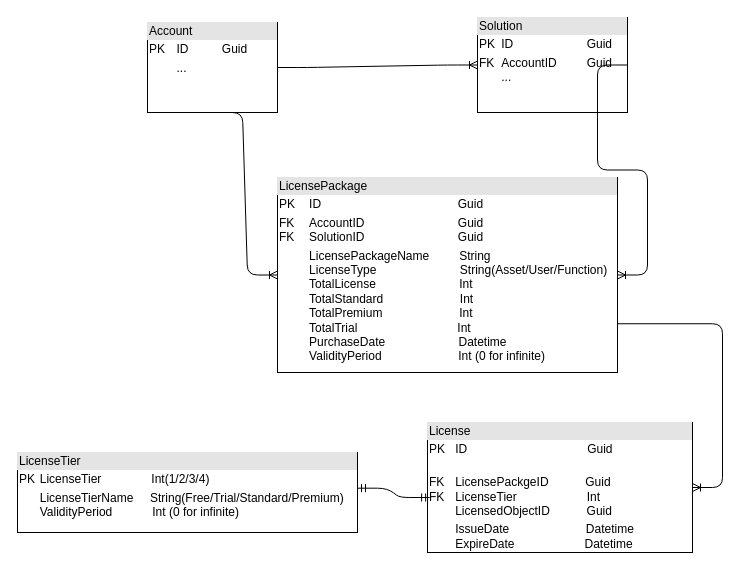
This is page "Physical Data Model" (1 of 3) of SFx License Management Tech Design.drawio from xiaowei90113/Design, a draw.io file, before an edit. Source tidied: cells renumbered, new cells numbered last; positions are measured from the earlier drawing's top-left corner, leaving out a move shared by most shapes. Both pictures are drawn from the tidied source at 100%, with x=0, y=0 at pixel (17, 17).
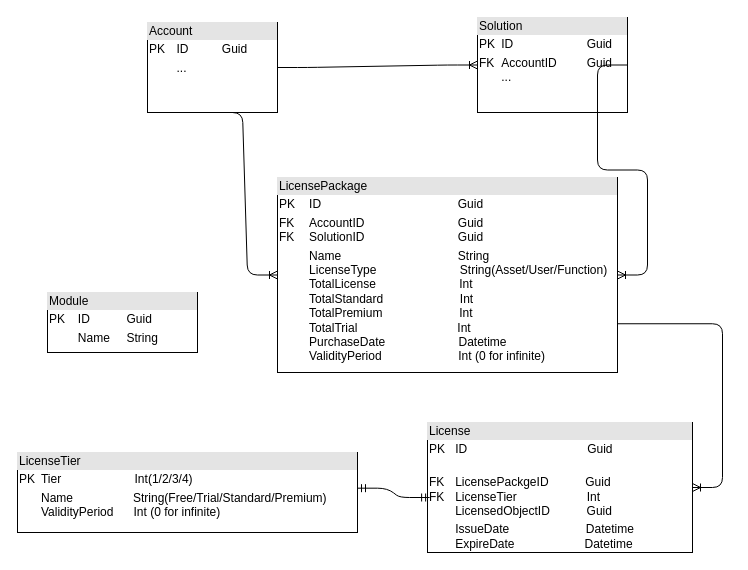
The same diagram, later.

What changed in the source:
```diff
@@
 <mxGraphModel>
   <root>
     <mxCell id="0" />
     <mxCell id="1" parent="0" />
-    <mxCell id="2" value="&lt;div style=&quot;box-sizing: border-box ; width: 100% ; background: #e4e4e4 ; padding: 2px&quot;&gt;LicensePackage&lt;br&gt;&lt;/div&gt;&lt;table style=&quot;width: 100% ; font-size: 1em&quot; cellpadding=&quot;2&quot; cellspacing=&quot;0&quot;&gt;&lt;tbody&gt;&lt;tr&gt;&lt;td&gt;PK&lt;/td&gt;&lt;td&gt;ID&amp;nbsp; &amp;nbsp; &amp;nbsp; &amp;nbsp; &amp;nbsp; &amp;nbsp; &amp;nbsp; &amp;nbsp; &amp;nbsp; &amp;nbsp; &amp;nbsp; &amp;nbsp; &amp;nbsp; &amp;nbsp; &amp;nbsp; &amp;nbsp; &amp;nbsp; &amp;nbsp; &amp;nbsp; &amp;nbsp; &amp;nbsp;Guid&lt;br&gt;&lt;/td&gt;&lt;/tr&gt;&lt;tr&gt;&lt;td&gt;FK&amp;nbsp; &amp;nbsp;&lt;br&gt;FK&lt;br&gt;&lt;/td&gt;&lt;td&gt;AccountID&amp;nbsp; &amp;nbsp; &amp;nbsp; &amp;nbsp; &amp;nbsp; &amp;nbsp; &amp;nbsp; &amp;nbsp; &amp;nbsp; &amp;nbsp; &amp;nbsp; &amp;nbsp; &amp;nbsp; &amp;nbsp; Guid&lt;br&gt;SolutionID&amp;nbsp; &amp;nbsp; &amp;nbsp; &amp;nbsp; &amp;nbsp; &amp;nbsp; &amp;nbsp; &amp;nbsp; &amp;nbsp; &amp;nbsp; &amp;nbsp; &amp;nbsp; &amp;nbsp; &amp;nbsp; Guid&lt;br&gt;&lt;/td&gt;&lt;/tr&gt;&lt;tr&gt;&lt;td&gt;&lt;/td&gt;&lt;td&gt;LicensePackageName&amp;nbsp; &amp;nbsp; &amp;nbsp; &amp;nbsp; &amp;nbsp;String&lt;br&gt;LicenseType&amp;nbsp; &amp;nbsp; &amp;nbsp; &amp;nbsp; &amp;nbsp; &amp;nbsp; &amp;nbsp; &amp;nbsp; &amp;nbsp; &amp;nbsp; &amp;nbsp; &amp;nbsp; &amp;nbsp;String(Asset/User/Function)&lt;br&gt;TotalLicense&amp;nbsp; &amp;nbsp; &amp;nbsp; &amp;nbsp; &amp;nbsp; &amp;nbsp; &amp;nbsp; &amp;nbsp; &amp;nbsp; &amp;nbsp; &amp;nbsp; &amp;nbsp; &amp;nbsp;Int&lt;br&gt;TotalStandard&amp;nbsp; &amp;nbsp; &amp;nbsp; &amp;nbsp; &amp;nbsp; &amp;nbsp; &amp;nbsp; &amp;nbsp; &amp;nbsp; &amp;nbsp; &amp;nbsp; &amp;nbsp;Int&lt;br&gt;TotalPremium&amp;nbsp; &amp;nbsp; &amp;nbsp; &amp;nbsp; &amp;nbsp; &amp;nbsp; &amp;nbsp; &amp;nbsp; &amp;nbsp; &amp;nbsp; &amp;nbsp; &amp;nbsp;Int&lt;br&gt;TotalTrial&amp;nbsp; &amp;nbsp; &amp;nbsp; &amp;nbsp; &amp;nbsp; &amp;nbsp; &amp;nbsp; &amp;nbsp; &amp;nbsp; &amp;nbsp; &amp;nbsp; &amp;nbsp; &amp;nbsp; &amp;nbsp; &amp;nbsp; Int&lt;br&gt;PurchaseDate&amp;nbsp; &amp;nbsp; &amp;nbsp; &amp;nbsp; &amp;nbsp; &amp;nbsp; &amp;nbsp; &amp;nbsp; &amp;nbsp; &amp;nbsp; &amp;nbsp; Datetime&lt;br&gt;ValidityPeriod&amp;nbsp; &amp;nbsp; &amp;nbsp; &amp;nbsp; &amp;nbsp; &amp;nbsp; &amp;nbsp; &amp;nbsp; &amp;nbsp; &amp;nbsp; &amp;nbsp; &amp;nbsp;Int (0 for infinite)&lt;br&gt;&lt;br&gt;&lt;br&gt;&lt;br&gt;&lt;br&gt;&lt;/td&gt;&lt;/tr&gt;&lt;/tbody&gt;&lt;/table&gt;" style="verticalAlign=top;align=left;overflow=fill;html=1;" parent="1" vertex="1">
+    <mxCell id="2" value="&lt;div style=&quot;box-sizing: border-box ; width: 100% ; background: #e4e4e4 ; padding: 2px&quot;&gt;LicensePackage&lt;br&gt;&lt;/div&gt;&lt;table style=&quot;width: 100% ; font-size: 1em&quot; cellpadding=&quot;2&quot; cellspacing=&quot;0&quot;&gt;&lt;tbody&gt;&lt;tr&gt;&lt;td&gt;PK&lt;/td&gt;&lt;td&gt;ID&amp;nbsp; &amp;nbsp; &amp;nbsp; &amp;nbsp; &amp;nbsp; &amp;nbsp; &amp;nbsp; &amp;nbsp; &amp;nbsp; &amp;nbsp; &amp;nbsp; &amp;nbsp; &amp;nbsp; &amp;nbsp; &amp;nbsp; &amp;nbsp; &amp;nbsp; &amp;nbsp; &amp;nbsp; &amp;nbsp; &amp;nbsp;Guid&lt;br&gt;&lt;/td&gt;&lt;/tr&gt;&lt;tr&gt;&lt;td&gt;FK&amp;nbsp; &amp;nbsp;&lt;br&gt;FK&lt;br&gt;&lt;/td&gt;&lt;td&gt;AccountID&amp;nbsp; &amp;nbsp; &amp;nbsp; &amp;nbsp; &amp;nbsp; &amp;nbsp; &amp;nbsp; &amp;nbsp; &amp;nbsp; &amp;nbsp; &amp;nbsp; &amp;nbsp; &amp;nbsp; &amp;nbsp; Guid&lt;br&gt;SolutionID&amp;nbsp; &amp;nbsp; &amp;nbsp; &amp;nbsp; &amp;nbsp; &amp;nbsp; &amp;nbsp; &amp;nbsp; &amp;nbsp; &amp;nbsp; &amp;nbsp; &amp;nbsp; &amp;nbsp; &amp;nbsp; Guid&lt;br&gt;&lt;/td&gt;&lt;/tr&gt;&lt;tr&gt;&lt;td&gt;&lt;/td&gt;&lt;td&gt;Name&amp;nbsp; &amp;nbsp; &amp;nbsp; &amp;nbsp; &amp;nbsp; &amp;nbsp; &amp;nbsp; &amp;nbsp; &amp;nbsp; &amp;nbsp; &amp;nbsp; &amp;nbsp; &amp;nbsp; &amp;nbsp; &amp;nbsp; &amp;nbsp; &amp;nbsp; &amp;nbsp;String&lt;br&gt;LicenseType&amp;nbsp; &amp;nbsp; &amp;nbsp; &amp;nbsp; &amp;nbsp; &amp;nbsp; &amp;nbsp; &amp;nbsp; &amp;nbsp; &amp;nbsp; &amp;nbsp; &amp;nbsp; &amp;nbsp;String(Asset/User/Function)&lt;br&gt;TotalLicense&amp;nbsp; &amp;nbsp; &amp;nbsp; &amp;nbsp; &amp;nbsp; &amp;nbsp; &amp;nbsp; &amp;nbsp; &amp;nbsp; &amp;nbsp; &amp;nbsp; &amp;nbsp; &amp;nbsp;Int&lt;br&gt;TotalStandard&amp;nbsp; &amp;nbsp; &amp;nbsp; &amp;nbsp; &amp;nbsp; &amp;nbsp; &amp;nbsp; &amp;nbsp; &amp;nbsp; &amp;nbsp; &amp;nbsp; &amp;nbsp;Int&lt;br&gt;TotalPremium&amp;nbsp; &amp;nbsp; &amp;nbsp; &amp;nbsp; &amp;nbsp; &amp;nbsp; &amp;nbsp; &amp;nbsp; &amp;nbsp; &amp;nbsp; &amp;nbsp; &amp;nbsp;Int&lt;br&gt;TotalTrial&amp;nbsp; &amp;nbsp; &amp;nbsp; &amp;nbsp; &amp;nbsp; &amp;nbsp; &amp;nbsp; &amp;nbsp; &amp;nbsp; &amp;nbsp; &amp;nbsp; &amp;nbsp; &amp;nbsp; &amp;nbsp; &amp;nbsp; Int&lt;br&gt;PurchaseDate&amp;nbsp; &amp;nbsp; &amp;nbsp; &amp;nbsp; &amp;nbsp; &amp;nbsp; &amp;nbsp; &amp;nbsp; &amp;nbsp; &amp;nbsp; &amp;nbsp; Datetime&lt;br&gt;ValidityPeriod&amp;nbsp; &amp;nbsp; &amp;nbsp; &amp;nbsp; &amp;nbsp; &amp;nbsp; &amp;nbsp; &amp;nbsp; &amp;nbsp; &amp;nbsp; &amp;nbsp; &amp;nbsp;Int (0 for infinite)&lt;br&gt;&lt;br&gt;&lt;br&gt;&lt;br&gt;&lt;br&gt;&lt;/td&gt;&lt;/tr&gt;&lt;/tbody&gt;&lt;/table&gt;" style="verticalAlign=top;align=left;overflow=fill;html=1;" parent="1" vertex="1">
       <mxGeometry x="260" y="160" width="340" height="195" as="geometry" />
     </mxCell>
     <mxCell id="3" value="&lt;div style=&quot;box-sizing: border-box ; width: 100% ; background: #e4e4e4 ; padding: 2px&quot;&gt;License&lt;br&gt;&lt;/div&gt;&lt;table style=&quot;width: 100% ; font-size: 1em&quot; cellpadding=&quot;2&quot; cellspacing=&quot;0&quot;&gt;&lt;tbody&gt;&lt;tr&gt;&lt;td&gt;PK&lt;/td&gt;&lt;td&gt;ID&amp;nbsp; &amp;nbsp; &amp;nbsp; &amp;nbsp; &amp;nbsp; &amp;nbsp; &amp;nbsp; &amp;nbsp; &amp;nbsp; &amp;nbsp; &amp;nbsp; &amp;nbsp; &amp;nbsp; &amp;nbsp; &amp;nbsp; &amp;nbsp; &amp;nbsp; &amp;nbsp; Guid&lt;br&gt;&lt;/td&gt;&lt;/tr&gt;&lt;tr&gt;&lt;td&gt;FK&lt;br&gt;FK&lt;/td&gt;&lt;td&gt;&lt;br&gt;LicensePackgeID&amp;nbsp; &amp;nbsp; &amp;nbsp; &amp;nbsp; &amp;nbsp; &amp;nbsp;Guid&lt;br&gt;LicenseTier&amp;nbsp; &amp;nbsp; &amp;nbsp; &amp;nbsp; &amp;nbsp; &amp;nbsp; &amp;nbsp; &amp;nbsp; &amp;nbsp; &amp;nbsp; &amp;nbsp;Int&lt;br&gt;LicensedObjectID&amp;nbsp; &amp;nbsp; &amp;nbsp; &amp;nbsp; &amp;nbsp; &amp;nbsp;Guid&lt;br&gt;&lt;/td&gt;&lt;/tr&gt;&lt;tr&gt;&lt;td&gt;&lt;br&gt;&lt;/td&gt;&lt;td&gt;IssueDate&amp;nbsp; &amp;nbsp; &amp;nbsp; &amp;nbsp; &amp;nbsp; &amp;nbsp; &amp;nbsp; &amp;nbsp; &amp;nbsp; &amp;nbsp; &amp;nbsp; &amp;nbsp;Datetime&lt;br&gt;ExpireDate&amp;nbsp; &amp;nbsp; &amp;nbsp; &amp;nbsp; &amp;nbsp; &amp;nbsp; &amp;nbsp; &amp;nbsp; &amp;nbsp; &amp;nbsp; &amp;nbsp;Datetime&lt;br&gt;&lt;br&gt;&lt;br&gt;&lt;br&gt;&lt;br&gt;&lt;/td&gt;&lt;/tr&gt;&lt;/tbody&gt;&lt;/table&gt;" style="verticalAlign=top;align=left;overflow=fill;html=1;" parent="1" vertex="1">
       <mxGeometry x="410" y="405" width="265" height="130" as="geometry" />
     </mxCell>
     <mxCell id="4" value="&lt;div style=&quot;box-sizing: border-box ; width: 100% ; background: #e4e4e4 ; padding: 2px&quot;&gt;Solution&lt;/div&gt;&lt;table style=&quot;width: 100% ; font-size: 1em&quot; cellpadding=&quot;2&quot; cellspacing=&quot;0&quot;&gt;&lt;tbody&gt;&lt;tr&gt;&lt;td&gt;PK&lt;/td&gt;&lt;td&gt;ID&amp;nbsp; &amp;nbsp; &amp;nbsp; &amp;nbsp; &amp;nbsp; &amp;nbsp; &amp;nbsp; &amp;nbsp; &amp;nbsp; &amp;nbsp; &amp;nbsp; Guid&lt;/td&gt;&lt;/tr&gt;&lt;tr&gt;&lt;td&gt;FK&lt;br&gt;&lt;br&gt;&lt;/td&gt;&lt;td&gt;AccountID&amp;nbsp; &amp;nbsp; &amp;nbsp; &amp;nbsp; &amp;nbsp;Guid&lt;br&gt;...&lt;/td&gt;&lt;/tr&gt;&lt;tr&gt;&lt;td&gt;&lt;/td&gt;&lt;td&gt;&lt;br&gt;&lt;br&gt;&lt;/td&gt;&lt;/tr&gt;&lt;/tbody&gt;&lt;/table&gt;" style="verticalAlign=top;align=left;overflow=fill;html=1;" parent="1" vertex="1">
       <mxGeometry x="460" width="150" height="95" as="geometry" />
     </mxCell>
     <mxCell id="5" value="&lt;div style=&quot;box-sizing: border-box ; width: 100% ; background: #e4e4e4 ; padding: 2px&quot;&gt;Account&lt;/div&gt;&lt;table style=&quot;width: 100% ; font-size: 1em&quot; cellpadding=&quot;2&quot; cellspacing=&quot;0&quot;&gt;&lt;tbody&gt;&lt;tr&gt;&lt;td&gt;PK&lt;/td&gt;&lt;td&gt;ID&amp;nbsp; &amp;nbsp; &amp;nbsp; &amp;nbsp; &amp;nbsp; Guid&lt;/td&gt;&lt;/tr&gt;&lt;tr&gt;&lt;td&gt;&lt;br&gt;&lt;/td&gt;&lt;td&gt;...&lt;/td&gt;&lt;/tr&gt;&lt;tr&gt;&lt;td&gt;&lt;/td&gt;&lt;td&gt;&lt;br&gt;&lt;/td&gt;&lt;/tr&gt;&lt;/tbody&gt;&lt;/table&gt;" style="verticalAlign=top;align=left;overflow=fill;html=1;" parent="1" vertex="1">
       <mxGeometry x="130" y="5" width="130" height="90" as="geometry" />
     </mxCell>
     <mxCell id="6" style="edgeStyle=entityRelationEdgeStyle;fontSize=12;html=1;endArrow=ERoneToMany;exitX=1;exitY=0.5;exitDx=0;exitDy=0;" parent="1" edge="1" source="5" target="4">
       <mxGeometry relative="1" as="geometry" />
     </mxCell>
     <mxCell id="7" style="edgeStyle=entityRelationEdgeStyle;fontSize=12;html=1;endArrow=ERoneToMany;exitX=1;exitY=0.5;exitDx=0;exitDy=0;" parent="1" edge="1" source="4" target="2">
       <mxGeometry relative="1" as="geometry" />
     </mxCell>
     <mxCell id="8" style="edgeStyle=entityRelationEdgeStyle;fontSize=12;html=1;endArrow=ERoneToMany;exitX=0.5;exitY=1;exitDx=0;exitDy=0;entryX=0;entryY=0.5;entryDx=0;entryDy=0;" parent="1" edge="1" source="5" target="2">
       <mxGeometry relative="1" as="geometry" />
     </mxCell>
     <mxCell id="9" style="edgeStyle=entityRelationEdgeStyle;fontSize=12;html=1;endArrow=ERoneToMany;exitX=1;exitY=0.75;exitDx=0;exitDy=0;" parent="1" edge="1" source="2" target="3">
       <mxGeometry relative="1" as="geometry" />
     </mxCell>
-    <mxCell id="10" value="&lt;div style=&quot;box-sizing: border-box ; width: 100% ; background: #e4e4e4 ; padding: 2px&quot;&gt;LicenseTier&lt;br&gt;&lt;/div&gt;&lt;table style=&quot;width: 100% ; font-size: 1em&quot; cellpadding=&quot;2&quot; cellspacing=&quot;0&quot;&gt;&lt;tbody&gt;&lt;tr&gt;&lt;td&gt;PK&lt;/td&gt;&lt;td&gt;LicenseTier&amp;nbsp; &amp;nbsp; &amp;nbsp; &amp;nbsp; &amp;nbsp; &amp;nbsp; &amp;nbsp; &amp;nbsp;Int(1/2/3/4)&lt;br&gt;&lt;/td&gt;&lt;/tr&gt;&lt;tr&gt;&lt;td&gt;&lt;br&gt;&lt;/td&gt;&lt;td&gt;LicenseTierName&amp;nbsp; &amp;nbsp; &amp;nbsp;String(Free/Trial/Standard/Premium)&lt;br&gt;ValidityPeriod&amp;nbsp; &amp;nbsp; &amp;nbsp; &amp;nbsp; &amp;nbsp; &amp;nbsp; Int (0 for infinite)&lt;/td&gt;&lt;/tr&gt;&lt;tr&gt;&lt;td&gt;&lt;/td&gt;&lt;td&gt;&lt;br&gt;&lt;br&gt;&lt;br&gt;&lt;br&gt;&lt;/td&gt;&lt;/tr&gt;&lt;/tbody&gt;&lt;/table&gt;" style="verticalAlign=top;align=left;overflow=fill;html=1;" parent="1" vertex="1">
+    <mxCell id="10" value="&lt;div style=&quot;box-sizing: border-box ; width: 100% ; background: #e4e4e4 ; padding: 2px&quot;&gt;LicenseTier&lt;br&gt;&lt;/div&gt;&lt;table style=&quot;width: 100% ; font-size: 1em&quot; cellpadding=&quot;2&quot; cellspacing=&quot;0&quot;&gt;&lt;tbody&gt;&lt;tr&gt;&lt;td&gt;PK&lt;/td&gt;&lt;td&gt;Tier&amp;nbsp; &amp;nbsp; &amp;nbsp; &amp;nbsp; &amp;nbsp; &amp;nbsp; &amp;nbsp; &amp;nbsp; &amp;nbsp; &amp;nbsp; &amp;nbsp; Int(1/2/3/4)&lt;br&gt;&lt;/td&gt;&lt;/tr&gt;&lt;tr&gt;&lt;td&gt;&lt;br&gt;&lt;/td&gt;&lt;td&gt;Name&amp;nbsp; &amp;nbsp; &amp;nbsp; &amp;nbsp; &amp;nbsp; &amp;nbsp; &amp;nbsp; &amp;nbsp; &amp;nbsp; String(Free/Trial/Standard/Premium)&lt;br&gt;ValidityPeriod&amp;nbsp; &amp;nbsp; &amp;nbsp; Int (0 for infinite)&lt;/td&gt;&lt;/tr&gt;&lt;tr&gt;&lt;td&gt;&lt;/td&gt;&lt;td&gt;&lt;br&gt;&lt;br&gt;&lt;br&gt;&lt;br&gt;&lt;/td&gt;&lt;/tr&gt;&lt;/tbody&gt;&lt;/table&gt;" style="verticalAlign=top;align=left;overflow=fill;html=1;" parent="1" vertex="1">
       <mxGeometry y="435" width="340" height="80" as="geometry" />
     </mxCell>
     <mxCell id="11" style="edgeStyle=entityRelationEdgeStyle;fontSize=12;html=1;endArrow=ERmandOne;startArrow=ERmandOne;entryX=0.008;entryY=0.577;entryDx=0;entryDy=0;entryPerimeter=0;exitX=1;exitY=0.446;exitDx=0;exitDy=0;exitPerimeter=0;" parent="1" edge="1" source="10" target="3">
       <mxGeometry relative="1" as="geometry" />
     </mxCell>
+    <mxCell id="12" value="&lt;div style=&quot;box-sizing: border-box ; width: 100% ; background: #e4e4e4 ; padding: 2px&quot;&gt;Module&lt;/div&gt;&lt;table style=&quot;width: 100% ; font-size: 1em&quot; cellpadding=&quot;2&quot; cellspacing=&quot;0&quot;&gt;&lt;tbody&gt;&lt;tr&gt;&lt;td&gt;PK&lt;/td&gt;&lt;td&gt;ID&amp;nbsp; &amp;nbsp; &amp;nbsp; &amp;nbsp; &amp;nbsp; &amp;nbsp;Guid&lt;br&gt;&lt;/td&gt;&lt;/tr&gt;&lt;tr&gt;&lt;td&gt;&lt;br&gt;&lt;/td&gt;&lt;td&gt;Name&amp;nbsp; &amp;nbsp; &amp;nbsp;String&lt;br&gt;&lt;br&gt;&lt;/td&gt;&lt;/tr&gt;&lt;tr&gt;&lt;td&gt;&lt;/td&gt;&lt;td&gt;&lt;br&gt;&lt;br&gt;&lt;br&gt;&lt;br&gt;&lt;/td&gt;&lt;/tr&gt;&lt;/tbody&gt;&lt;/table&gt;" style="verticalAlign=top;align=left;overflow=fill;html=1;" parent="1" vertex="1">
+      <mxGeometry x="30" y="275" width="150" height="60" as="geometry" />
+    </mxCell>
   </root>
 </mxGraphModel>
```
